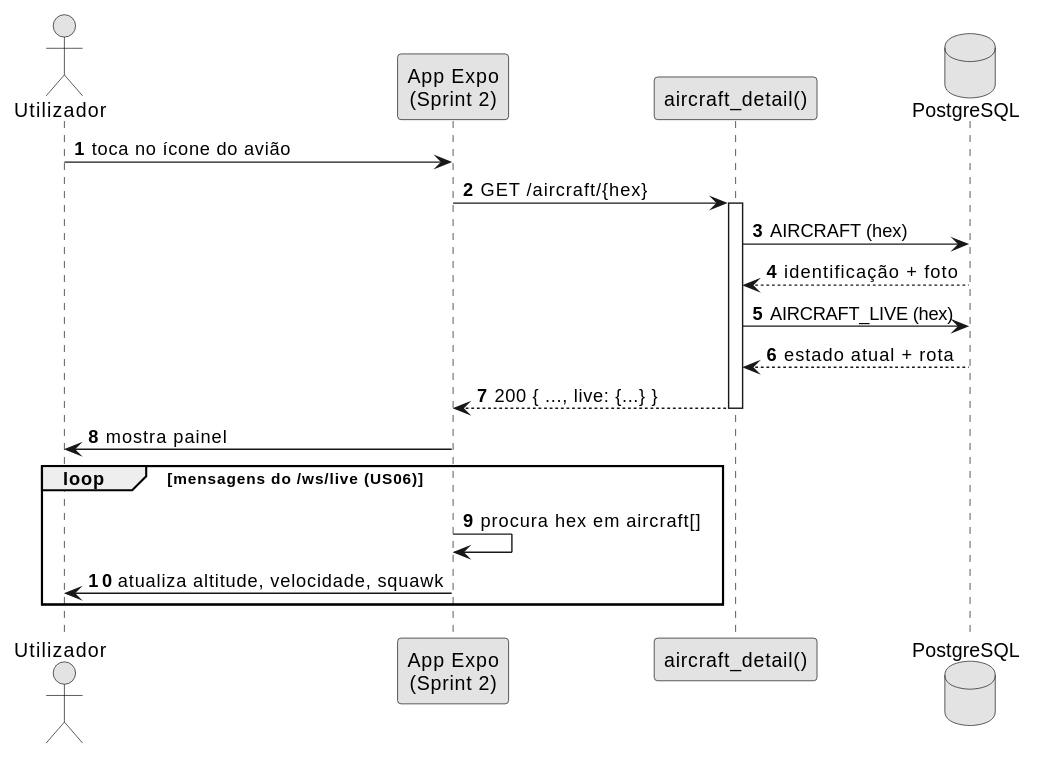
Earlier version of the PlantUML export docs/system-documentation/use-cases/US07/svg/sd_us07.svg (miguelsiilva1/SkyTracer). Source of this version:
```plantuml
@startuml
autonumber
skinparam monochrome true
actor "Utilizador" as U
participant "App Expo\n(Sprint 2)" as App
participant "aircraft_detail()" as API
database "PostgreSQL" as DB

U -> App : toca no ícone do avião
App -> API : GET /aircraft/{hex}
activate API
API -> DB : AIRCRAFT (hex)
DB --> API : identificação + foto
API -> DB : AIRCRAFT_LIVE (hex)
DB --> API : estado atual + rota
API --> App : 200 { ..., live: {...} }
deactivate API
App -> U : mostra painel
loop mensagens do /ws/live (US06)
  App -> App : procura hex em aircraft[]
  App -> U : atualiza altitude, velocidade, squawk
end
@enduml
```
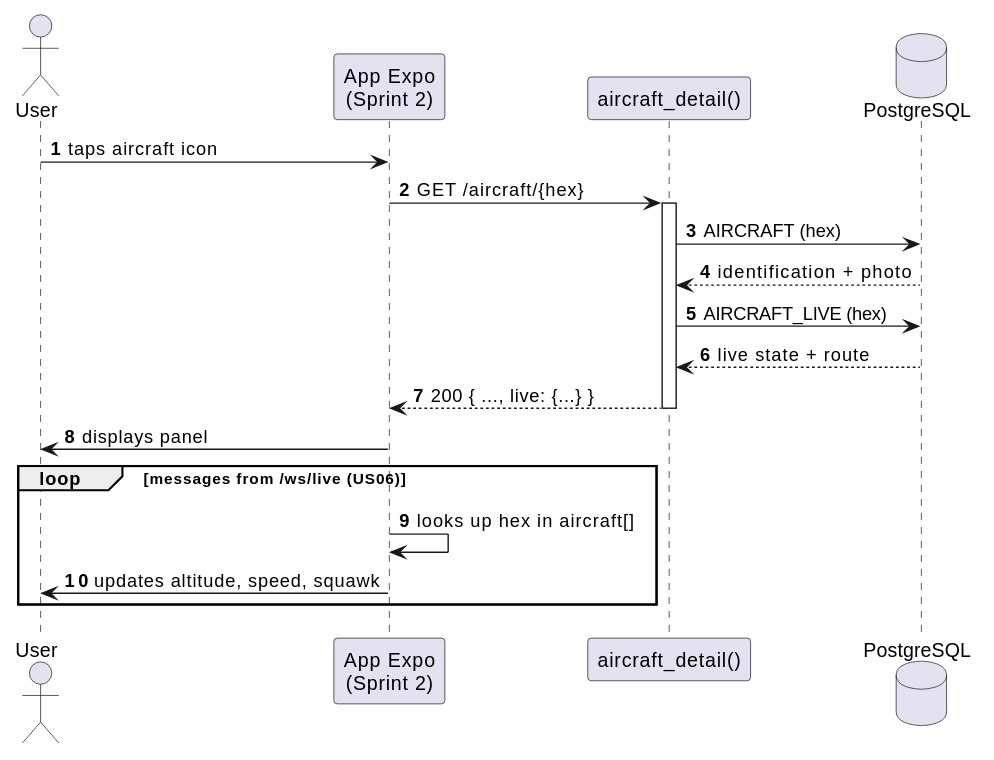
Later version of the same file.

The edit, as a diff of the source:
```diff
@@ -1,23 +1,22 @@
 @startuml
 autonumber
-skinparam monochrome true
-actor "Utilizador" as U
+actor "User" as U
 participant "App Expo\n(Sprint 2)" as App
 participant "aircraft_detail()" as API
 database "PostgreSQL" as DB
 
-U -> App : toca no ícone do avião
+U -> App : taps aircraft icon
 App -> API : GET /aircraft/{hex}
 activate API
 API -> DB : AIRCRAFT (hex)
-DB --> API : identificação + foto
+DB --> API : identification + photo
 API -> DB : AIRCRAFT_LIVE (hex)
-DB --> API : estado atual + rota
+DB --> API : live state + route
 API --> App : 200 { ..., live: {...} }
 deactivate API
-App -> U : mostra painel
-loop mensagens do /ws/live (US06)
-  App -> App : procura hex em aircraft[]
-  App -> U : atualiza altitude, velocidade, squawk
+App -> U : displays panel
+loop messages from /ws/live (US06)
+  App -> App : looks up hex in aircraft[]
+  App -> U : updates altitude, speed, squawk
 end
 @enduml
```
